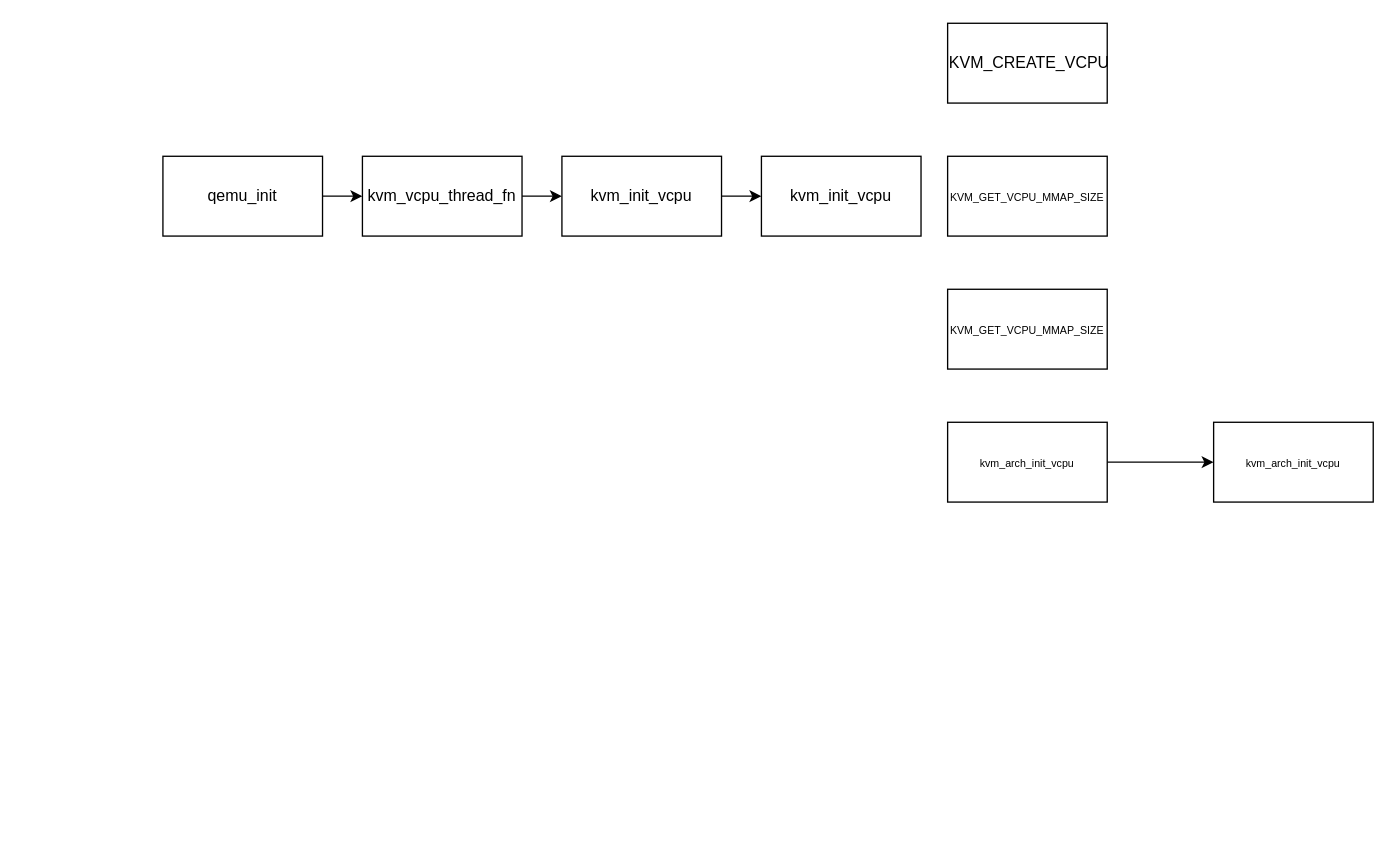
This is page "第 2 页" (2 of 2) of Untitled Diagram.drawio from HDBoy/a-small-cloud, a draw.io file, before an edit. Source tidied: cells renumbered, new cells numbered last; positions are measured from the earlier drawing's top-left corner, leaving out a move shared by most shapes. Both pictures are drawn from the tidied source at 133%, with x=0, y=0 at pixel (162, 23).
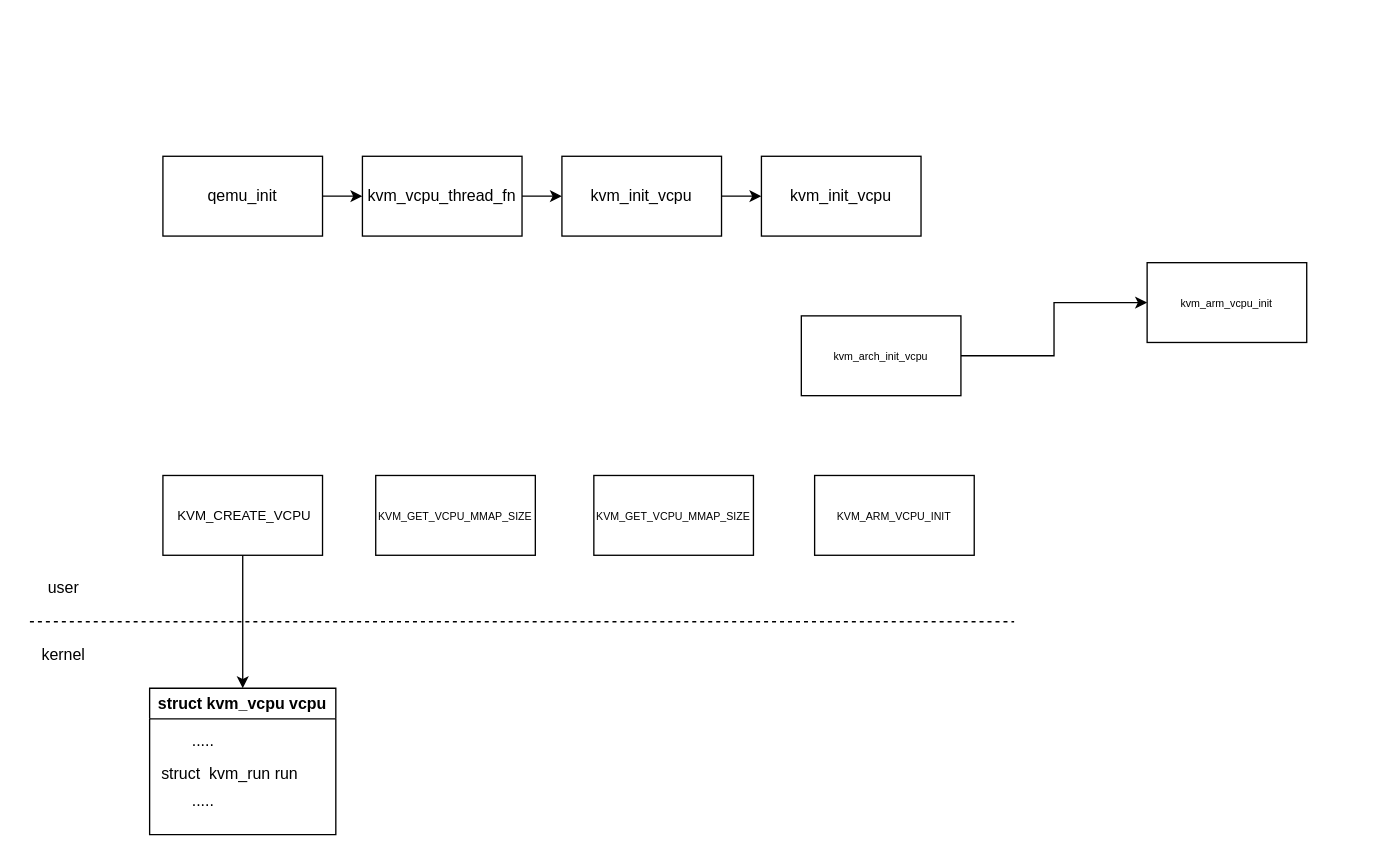
The same page after the edit.

The edit, as a diff of the source:
```diff
@@
+    <mxCell id="15" style="edgeStyle=orthogonalEdgeStyle;rounded=0;jettySize=auto;html=1;exitX=0.5;exitY=1;exitDx=0;exitDy=0;entryX=0.5;entryY=0;entryDx=0;entryDy=0;" parent="1" edge="1" source="9" target="20">
+      <mxGeometry relative="1" as="geometry" />
+    </mxCell>
-    <mxCell id="9" value="&amp;nbsp;KVM_CREATE_VCPU" style="rounded=0;whiteSpace=wrap;html=1;" parent="1" vertex="1">
-      <mxGeometry x="590" width="120" height="60" as="geometry" />
+    <mxCell id="9" value="&lt;font style=&quot;font-size: 10px;&quot;&gt;&amp;nbsp;KVM_CREATE_VCPU&lt;/font&gt;" style="rounded=0;whiteSpace=wrap;html=1;" parent="1" vertex="1">
+      <mxGeometry y="340" width="120" height="60" as="geometry" />
     </mxCell>
     <mxCell id="10" value="&lt;font style=&quot;font-size: 8px;&quot;&gt;KVM_GET_VCPU_MMAP_SIZE&lt;/font&gt;" style="rounded=0;whiteSpace=wrap;html=1;" parent="1" vertex="1">
-      <mxGeometry x="590" y="100" width="120" height="60" as="geometry" />
+      <mxGeometry x="160" y="340" width="120" height="60" as="geometry" />
     </mxCell>
     <mxCell id="11" value="&lt;font style=&quot;font-size: 8px;&quot;&gt;KVM_GET_VCPU_MMAP_SIZE&lt;/font&gt;" style="rounded=0;whiteSpace=wrap;html=1;" parent="1" vertex="1">
-      <mxGeometry x="590" y="200" width="120" height="60" as="geometry" />
+      <mxGeometry x="324" y="340" width="120" height="60" as="geometry" />
     </mxCell>
@@
     <mxCell id="13" value="&lt;font style=&quot;font-size: 8px;&quot;&gt;kvm_arch_init_vcpu&lt;/font&gt;" style="rounded=0;whiteSpace=wrap;html=1;" parent="1" vertex="1">
-      <mxGeometry x="590" y="300" width="120" height="60" as="geometry" />
+      <mxGeometry x="480" y="220" width="120" height="60" as="geometry" />
     </mxCell>
-    <mxCell id="14" value="&lt;font style=&quot;font-size: 8px;&quot;&gt;kvm_arch_init_vcpu&lt;/font&gt;" style="rounded=0;whiteSpace=wrap;html=1;" parent="1" vertex="1">
-      <mxGeometry x="790" y="300" width="120" height="60" as="geometry" />
+    <mxCell id="14" value="&lt;font style=&quot;font-size: 8px;&quot;&gt;kvm_arm_vcpu_init&lt;/font&gt;" style="rounded=0;whiteSpace=wrap;html=1;" parent="1" vertex="1">
+      <mxGeometry x="740" y="180" width="120" height="60" as="geometry" />
     </mxCell>
+    <mxCell id="16" value="&lt;font style=&quot;font-size: 8px;&quot;&gt;KVM_ARM_VCPU_INIT&lt;/font&gt;" style="whiteSpace=wrap;html=1;rounded=0;" parent="1" vertex="1">
+      <mxGeometry x="490" y="340" width="120" height="60" as="geometry" />
+    </mxCell>
+    <mxCell id="17" style="endArrow=none;dashed=1;html=1;rounded=0;" parent="1" edge="1">
+      <mxGeometry relative="1" as="geometry">
+        <mxPoint x="-100" y="450" as="sourcePoint" />
+        <mxPoint x="640" y="450" as="targetPoint" />
+      </mxGeometry>
+    </mxCell>
+    <mxCell id="18" value="user" style="text;html=1;align=center;verticalAlign=middle;strokeColor=none;fillColor=none;" parent="1" vertex="1">
+      <mxGeometry x="-100" y="410" width="50" height="30" as="geometry" />
+    </mxCell>
+    <mxCell id="19" value="kernel" style="text;html=1;align=center;verticalAlign=middle;strokeColor=none;fillColor=none;" parent="1" vertex="1">
+      <mxGeometry x="-105" y="460" width="60" height="30" as="geometry" />
+    </mxCell>
+    <mxCell id="20" value="struct kvm_vcpu vcpu" style="swimlane;whiteSpace=wrap;html=1;startSize=23;" parent="1" vertex="1">
+      <mxGeometry x="-10" y="500" width="140" height="110" as="geometry" />
+    </mxCell>
+    <mxCell id="21" value="struct&amp;nbsp; kvm_run run" style="text;html=1;align=center;verticalAlign=middle;strokeColor=none;fillColor=none;" parent="20" vertex="1">
+      <mxGeometry x="-5" y="50" width="130" height="30" as="geometry" />
+    </mxCell>
+    <mxCell id="22" value="....." style="text;html=1;align=center;verticalAlign=middle;strokeColor=none;fillColor=none;" parent="20" vertex="1">
+      <mxGeometry x="20" y="25" width="40" height="30" as="geometry" />
+    </mxCell>
+    <mxCell id="23" value="....." style="text;html=1;align=center;verticalAlign=middle;strokeColor=none;fillColor=none;" parent="20" vertex="1">
+      <mxGeometry x="20" y="70" width="40" height="30" as="geometry" />
+    </mxCell>
```
